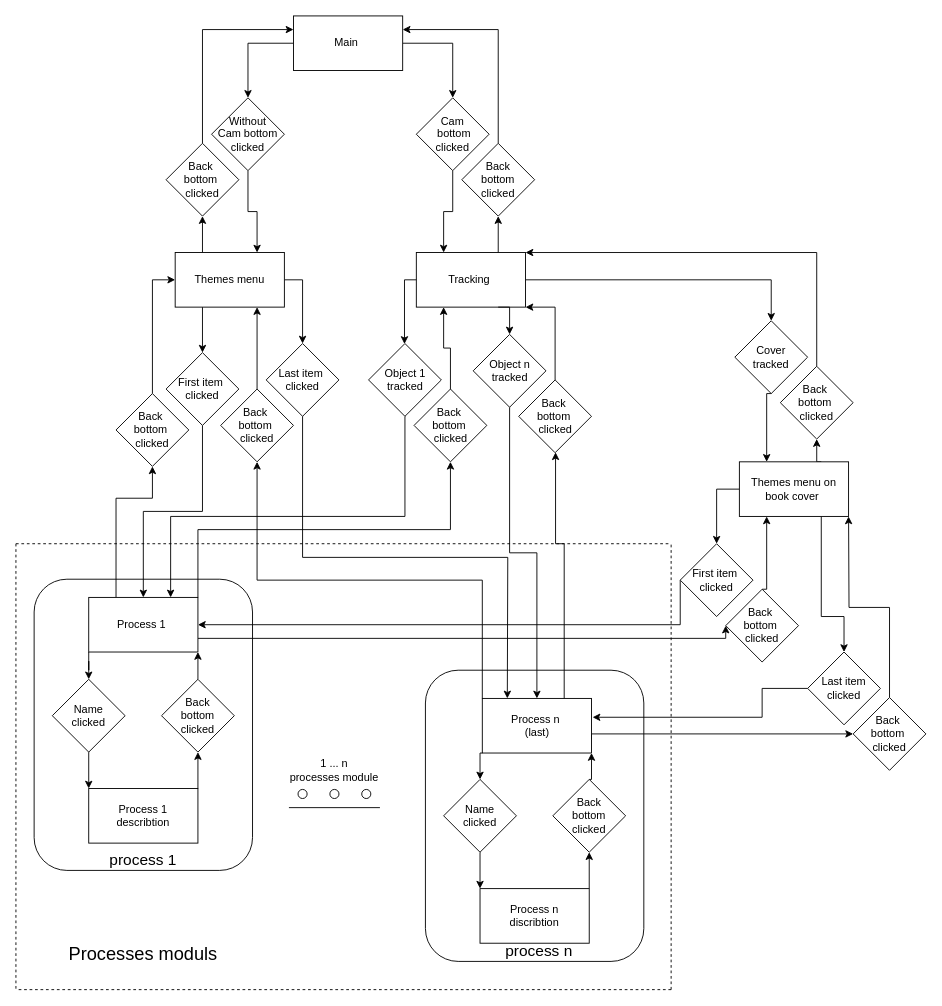
Nekttuman/Thermodinamics keeps this draw.io diagram as reports/schemes/User _flow.drawio. Above is the earlier version. Source tidied: cells renumbered, new cells numbered last; positions are measured from the earlier drawing's top-left corner, leaving out a move shared by most shapes. Both pictures are drawn from the tidied source at 91%, with x=0, y=0 at pixel (15, 15).
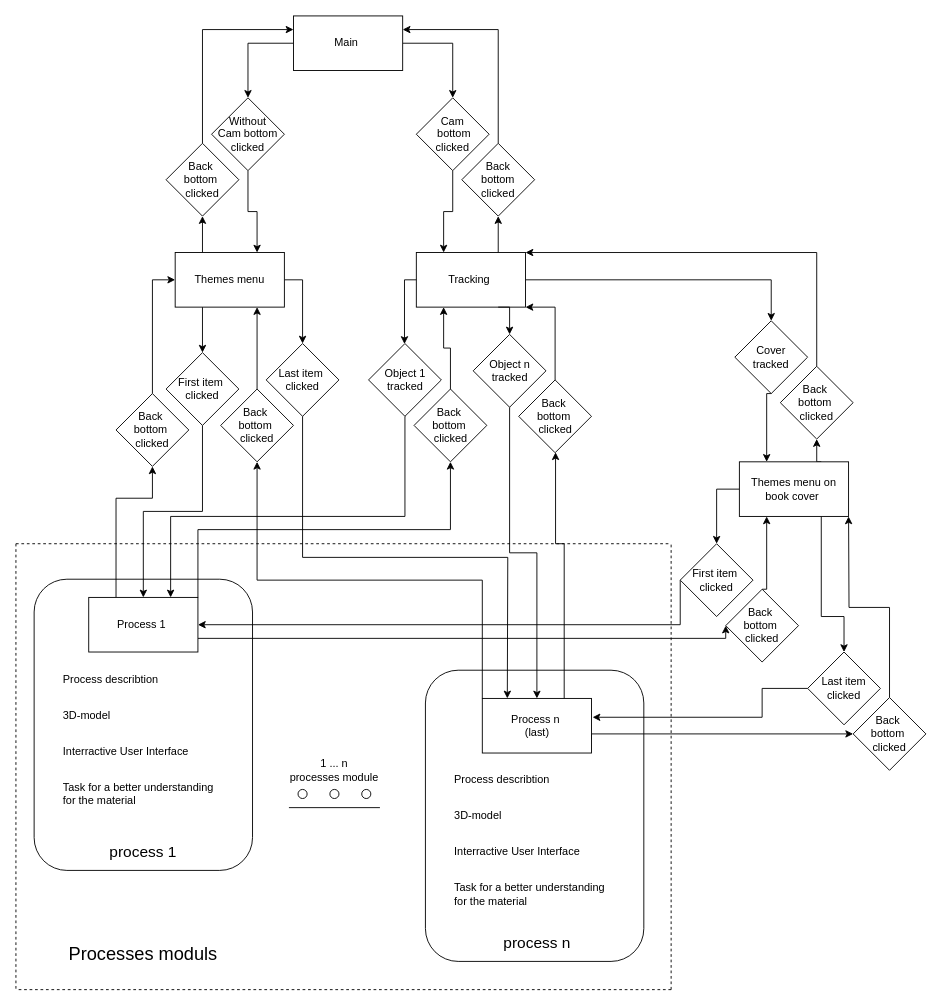
The same diagram, later.

The change refers to these unchanged cells:
```xml
<mxCell id="9" value="Process 1&amp;nbsp;" style="rounded=0;whiteSpace=wrap;html=1;" parent="1" vertex="1">
  <mxGeometry x="80" y="639" width="120" height="60" as="geometry" />
</mxCell>
<mxCell id="20" value="Process n&amp;nbsp;&lt;br&gt;(last)" style="rounded=0;whiteSpace=wrap;html=1;" parent="1" vertex="1">
  <mxGeometry x="512.5" y="750" width="120" height="60" as="geometry" />
</mxCell>
```

Change to the diagram source:
```diff
@@
-    <mxCell id="7" style="edgeStyle=orthogonalEdgeStyle;rounded=0;jettySize=auto;html=1;exitX=0;exitY=1;exitDx=0;exitDy=0;" parent="1" edge="1" source="9" target="11">
-      <mxGeometry relative="1" as="geometry" />
-    </mxCell>
@@
-    <mxCell id="10" style="edgeStyle=orthogonalEdgeStyle;rounded=0;jettySize=auto;html=1;exitX=0.5;exitY=1;exitDx=0;exitDy=0;entryX=0;entryY=0;entryDx=0;entryDy=0;" parent="1" edge="1" source="11" target="15">
-      <mxGeometry relative="1" as="geometry" />
-    </mxCell>
-    <mxCell id="11" value="Name &lt;br&gt;clicked" style="rhombus;whiteSpace=wrap;html=1;" parent="1" vertex="1">
-      <mxGeometry x="40" y="729" width="80" height="80" as="geometry" />
-    </mxCell>
-    <mxCell id="12" style="edgeStyle=orthogonalEdgeStyle;rounded=0;jettySize=auto;html=1;exitX=0.5;exitY=0;exitDx=0;exitDy=0;entryX=1;entryY=1;entryDx=0;entryDy=0;" parent="1" edge="1" source="13" target="9">
-      <mxGeometry relative="1" as="geometry" />
-    </mxCell>
-    <mxCell id="13" style="rhombus;whiteSpace=wrap;html=1;" parent="1" vertex="1">
-      <mxGeometry x="160" y="729" width="80" height="80" as="geometry" />
-    </mxCell>
-    <mxCell id="14" style="edgeStyle=orthogonalEdgeStyle;rounded=0;jettySize=auto;html=1;exitX=1;exitY=0;exitDx=0;exitDy=0;entryX=0.5;entryY=1;entryDx=0;entryDy=0;" parent="1" edge="1" source="15" target="13">
-      <mxGeometry relative="1" as="geometry" />
-    </mxCell>
-    <mxCell id="15" value="Process 1 &lt;br&gt;describtion" style="rounded=0;whiteSpace=wrap;html=1;" parent="1" vertex="1">
-      <mxGeometry x="80" y="849" width="120" height="60" as="geometry" />
-    </mxCell>
@@
     <mxCell id="61" value="&lt;font style=&quot;font-size: 17px&quot;&gt;process 1&lt;/font&gt;" style="text;html=1;strokeColor=none;fillColor=none;align=center;verticalAlign=middle;whiteSpace=wrap;rounded=0;" parent="1" vertex="1">
-      <mxGeometry x="70" y="919" width="140" height="20" as="geometry" />
+      <mxGeometry x="70" y="910" width="140" height="20" as="geometry" />
     </mxCell>
     <mxCell id="62" value="&lt;font style=&quot;font-size: 17px&quot;&gt;process n&lt;/font&gt;" style="text;html=1;strokeColor=none;fillColor=none;align=center;verticalAlign=middle;whiteSpace=wrap;rounded=0;" parent="1" vertex="1">
-      <mxGeometry x="505" y="1019" width="140" height="20" as="geometry" />
+      <mxGeometry x="502.5" y="1010" width="140" height="20" as="geometry" />
     </mxCell>
@@
-    <mxCell id="84" style="edgeStyle=orthogonalEdgeStyle;rounded=0;jettySize=auto;html=1;exitX=0.5;exitY=1;exitDx=0;exitDy=0;entryX=0;entryY=0;entryDx=0;entryDy=0;" parent="1" edge="1" source="86" target="90">
-      <mxGeometry relative="1" as="geometry" />
-    </mxCell>
-    <mxCell id="85" style="edgeStyle=orthogonalEdgeStyle;rounded=0;jettySize=auto;html=1;exitX=0;exitY=1;exitDx=0;exitDy=0;entryX=0.5;entryY=0;entryDx=0;entryDy=0;" parent="1" edge="1" source="20" target="86">
-      <mxGeometry relative="1" as="geometry" />
-    </mxCell>
-    <mxCell id="86" value="Name &lt;br&gt;clicked" style="rhombus;whiteSpace=wrap;html=1;" parent="1" vertex="1">
-      <mxGeometry x="470" y="839" width="80" height="80" as="geometry" />
-    </mxCell>
-    <mxCell id="87" style="edgeStyle=orthogonalEdgeStyle;rounded=0;jettySize=auto;html=1;exitX=0.5;exitY=0;exitDx=0;exitDy=0;entryX=1;entryY=1;entryDx=0;entryDy=0;" parent="1" edge="1" source="88" target="20">
-      <mxGeometry relative="1" as="geometry" />
-    </mxCell>
-    <mxCell id="88" style="rhombus;whiteSpace=wrap;html=1;" parent="1" vertex="1">
-      <mxGeometry x="590" y="839" width="80" height="80" as="geometry" />
-    </mxCell>
-    <mxCell id="89" style="edgeStyle=orthogonalEdgeStyle;rounded=0;jettySize=auto;html=1;exitX=1;exitY=0;exitDx=0;exitDy=0;entryX=0.5;entryY=1;entryDx=0;entryDy=0;" parent="1" edge="1" source="90" target="88">
-      <mxGeometry relative="1" as="geometry" />
-    </mxCell>
-    <mxCell id="90" value="Process n &lt;br&gt;discribtion" style="rounded=0;whiteSpace=wrap;html=1;" parent="1" vertex="1">
-      <mxGeometry x="510" y="959" width="120" height="60" as="geometry" />
-    </mxCell>
-    <mxCell id="91" value="Back bottom clicked" style="text;html=1;strokeColor=none;fillColor=none;align=center;verticalAlign=middle;whiteSpace=wrap;rounded=0;" parent="1" vertex="1">
-      <mxGeometry x="180" y="759" width="40" height="20" as="geometry" />
-    </mxCell>
-    <mxCell id="92" value="Back bottom clicked" style="text;html=1;strokeColor=none;fillColor=none;align=center;verticalAlign=middle;whiteSpace=wrap;rounded=0;" parent="1" vertex="1">
-      <mxGeometry x="610" y="869" width="40" height="20" as="geometry" />
-    </mxCell>
@@
+    <mxCell id="96" value="Process describtion" style="text;html=1;strokeColor=none;fillColor=none;align=left;verticalAlign=middle;whiteSpace=wrap;rounded=0;" parent="1" vertex="1">
+      <mxGeometry x="50" y="719" width="140" height="20" as="geometry" />
+    </mxCell>
+    <mxCell id="97" value="3D-model" style="text;html=1;strokeColor=none;fillColor=none;align=left;verticalAlign=middle;whiteSpace=wrap;rounded=0;" parent="1" vertex="1">
+      <mxGeometry x="50" y="759" width="170" height="20" as="geometry" />
+    </mxCell>
+    <mxCell id="98" value="Interractive User Interface" style="text;html=1;strokeColor=none;fillColor=none;align=left;verticalAlign=middle;whiteSpace=wrap;rounded=0;" parent="1" vertex="1">
+      <mxGeometry x="50" y="799" width="180" height="20" as="geometry" />
+    </mxCell>
+    <mxCell id="99" value="Task for a better understanding for the material" style="text;html=1;strokeColor=none;fillColor=none;align=left;verticalAlign=middle;whiteSpace=wrap;rounded=0;" parent="1" vertex="1">
+      <mxGeometry x="50" y="839" width="180" height="31" as="geometry" />
+    </mxCell>
+    <mxCell id="100" value="Process describtion" style="text;html=1;strokeColor=none;fillColor=none;align=left;verticalAlign=middle;whiteSpace=wrap;rounded=0;" parent="1" vertex="1">
+      <mxGeometry x="480" y="829" width="140" height="20" as="geometry" />
+    </mxCell>
+    <mxCell id="101" value="3D-model" style="text;html=1;strokeColor=none;fillColor=none;align=left;verticalAlign=middle;whiteSpace=wrap;rounded=0;" parent="1" vertex="1">
+      <mxGeometry x="480" y="869" width="170" height="20" as="geometry" />
+    </mxCell>
+    <mxCell id="102" value="Interractive User Interface" style="text;html=1;strokeColor=none;fillColor=none;align=left;verticalAlign=middle;whiteSpace=wrap;rounded=0;" parent="1" vertex="1">
+      <mxGeometry x="480" y="909" width="180" height="20" as="geometry" />
+    </mxCell>
+    <mxCell id="103" value="Task for a better understanding for the material" style="text;html=1;strokeColor=none;fillColor=none;align=left;verticalAlign=middle;whiteSpace=wrap;rounded=0;" parent="1" vertex="1">
+      <mxGeometry x="480" y="949" width="180" height="31" as="geometry" />
+    </mxCell>
```
